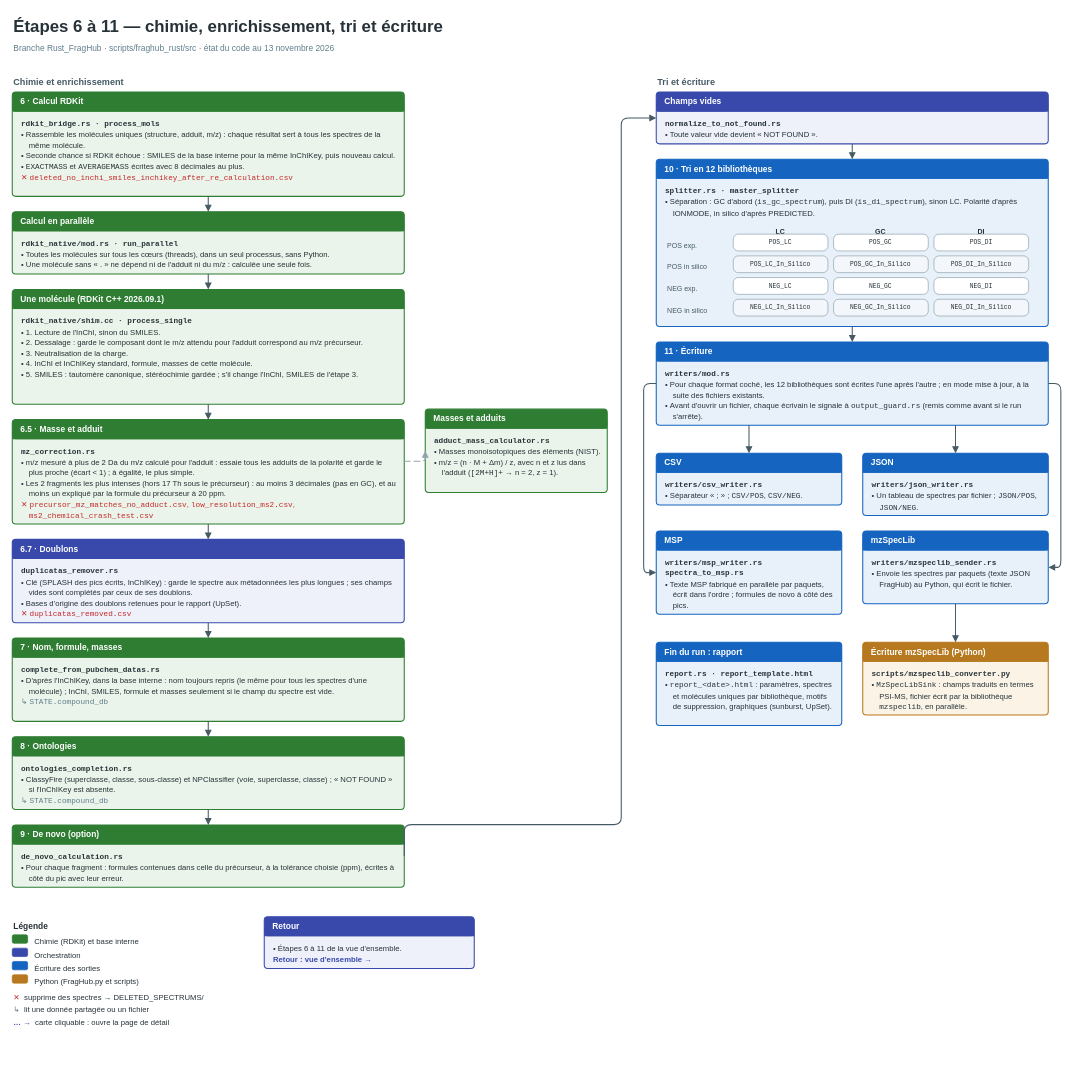
This is page "4 · Chimie et sorties" (4 of 5) of documentation/Backend_component_diagram.drawio from ADablanc/FragHub, a draw.io file, before an edit. Source tidied: cells renumbered, new cells numbered last; positions are measured from the earlier drawing's top-left corner, leaving out a move shared by most shapes. Both pictures are drawn from the tidied source at 70%, with x=0, y=0 at pixel (12, 12).
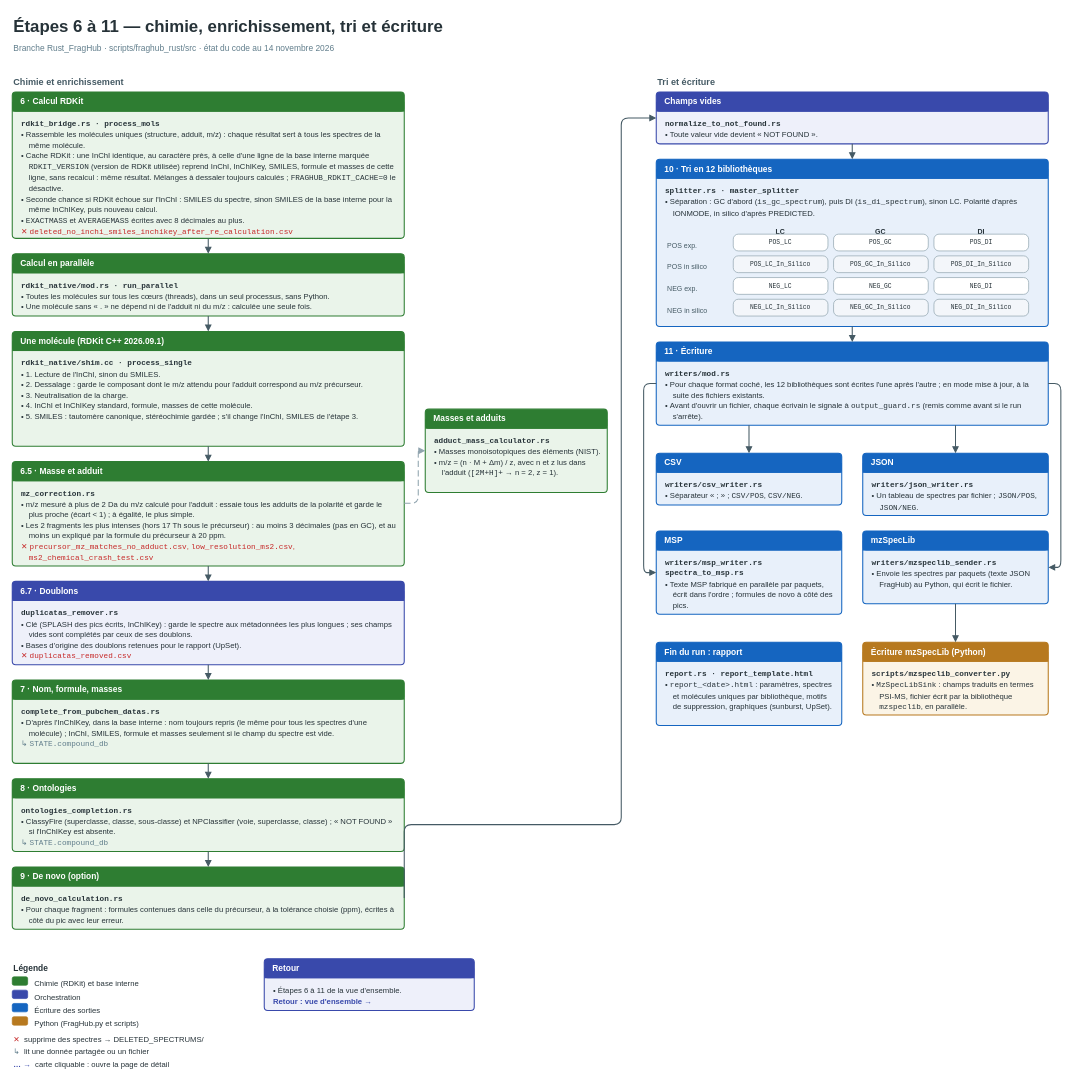
Above is the later version.

Commit message (it also covers changes not shown here):
docs: README review, licences and citations, diagram captures, RDKit cache and database update rule

Diff of the diagram source:
```diff
@@
-    <mxCell id="3" value="Branche Rust_FragHub · scripts/fraghub_rust/src · état du code au 13 novembre 2026" style="text;html=1;fillColor=none;strokeColor=none;whiteSpace=wrap;align=left;verticalAlign=top;fontSize=12;fontColor=#607D8B;fontStyle=0;fontFamily=Helvetica;" parent="1" vertex="1">
+    <mxCell id="3" value="Branche Rust_FragHub · scripts/fraghub_rust/src · état du code au 14 novembre 2026" style="text;html=1;fillColor=none;strokeColor=none;whiteSpace=wrap;align=left;verticalAlign=top;fontSize=12;fontColor=#607D8B;fontStyle=0;fontFamily=Helvetica;" parent="1" vertex="1">
       <mxGeometry y="38" width="1200" height="20" as="geometry" />
     </mxCell>
@@
     <mxCell id="5" style="rounded=1;absoluteArcSize=1;arcSize=10;html=1;fillColor=#EAF4EA;strokeColor=#2E7D32;strokeWidth=1.5;" parent="1" vertex="1">
-      <mxGeometry y="114" width="560" height="149" as="geometry" />
+      <mxGeometry y="114" width="560" height="209" as="geometry" />
     </mxCell>
@@
-    <mxCell id="8" value="&lt;div style=&quot;line-height:15px&quot;&gt;&lt;div style=&quot;font-family:Courier New,monospace;font-weight:bold;color:#263238&quot;&gt;rdkit_bridge.rs · process_mols&lt;/div&gt;&lt;div style=&quot;margin-left:11px;text-indent:-11px&quot;&gt;•&amp;nbsp;Rassemble les molécules uniques (structure, adduit, m/z) : chaque résultat sert à tous les spectres de la même molécule.&lt;/div&gt;&lt;div style=&quot;margin-left:11px;text-indent:-11px&quot;&gt;•&amp;nbsp;Seconde chance si RDKit échoue : SMILES de la base interne pour la même InChIKey, puis nouveau calcul.&lt;/div&gt;&lt;div style=&quot;margin-left:11px;text-indent:-11px&quot;&gt;•&amp;nbsp;&lt;span style=&quot;font-family:Courier New,monospace&quot;&gt;EXACTMASS&lt;/span&gt; et &lt;span style=&quot;font-family:Courier New,monospace&quot;&gt;AVERAGEMASS&lt;/span&gt; écrites avec 8 décimales au plus.&lt;/div&gt;&lt;div style=&quot;margin-left:11px;text-indent:-11px;color:#C62828&quot;&gt;✕&amp;nbsp;&lt;span style=&quot;font-family:Courier New,monospace&quot;&gt;deleted_no_inchi_smiles_inchikey_after_re_calculation.csv&lt;/span&gt;&lt;/div&gt;&lt;/div&gt;" style="text;html=1;fillColor=none;strokeColor=none;whiteSpace=wrap;align=left;verticalAlign=top;spacingLeft=11;spacingRight=8;spacingTop=4;fontSize=11;fontColor=#263238;fontFamily=Helvetica;" parent="5" vertex="1">
-      <mxGeometry y="28" width="560" height="121" as="geometry" />
+    <mxCell id="8" value="&lt;div style=&quot;line-height:15px&quot;&gt;&lt;div style=&quot;font-family:Courier New,monospace;font-weight:bold;color:#263238&quot;&gt;rdkit_bridge.rs · process_mols&lt;/div&gt;&lt;div style=&quot;margin-left:11px;text-indent:-11px&quot;&gt;•&amp;nbsp;Rassemble les molécules uniques (structure, adduit, m/z) : chaque résultat sert à tous les spectres de la même molécule.&lt;/div&gt;&lt;div style=&quot;margin-left:11px;text-indent:-11px&quot;&gt;•&amp;nbsp;Cache RDKit : une InChI identique, au caractère près, à celle d'une ligne de la base interne marquée &lt;span style=&quot;font-family:Courier New,monospace&quot;&gt;RDKIT_VERSION&lt;/span&gt; (version de RDKit utilisée) reprend InChI, InChIKey, SMILES, formule et masses de cette ligne, sans recalcul : même résultat. Mélanges à dessaler toujours calculés ; &lt;span style=&quot;font-family:Courier New,monospace&quot;&gt;FRAGHUB_RDKIT_CACHE=0&lt;/span&gt; le désactive.&lt;/div&gt;&lt;div style=&quot;margin-left:11px;text-indent:-11px&quot;&gt;•&amp;nbsp;Seconde chance si RDKit échoue sur l'InChI : SMILES du spectre, sinon SMILES de la base interne pour la même InChIKey, puis nouveau calcul.&lt;/div&gt;&lt;div style=&quot;margin-left:11px;text-indent:-11px&quot;&gt;•&amp;nbsp;&lt;span style=&quot;font-family:Courier New,monospace&quot;&gt;EXACTMASS&lt;/span&gt; et &lt;span style=&quot;font-family:Courier New,monospace&quot;&gt;AVERAGEMASS&lt;/span&gt; écrites avec 8 décimales au plus.&lt;/div&gt;&lt;div style=&quot;margin-left:11px;text-indent:-11px;color:#C62828&quot;&gt;✕&amp;nbsp;&lt;span style=&quot;font-family:Courier New,monospace&quot;&gt;deleted_no_inchi_smiles_inchikey_after_re_calculation.csv&lt;/span&gt;&lt;/div&gt;&lt;/div&gt;" style="text;html=1;fillColor=none;strokeColor=none;whiteSpace=wrap;align=left;verticalAlign=top;spacingLeft=11;spacingRight=8;spacingTop=4;fontSize=11;fontColor=#263238;fontFamily=Helvetica;" parent="5" vertex="1">
+      <mxGeometry y="28" width="560" height="181" as="geometry" />
     </mxCell>
     <mxCell id="9" style="rounded=1;absoluteArcSize=1;arcSize=10;html=1;fillColor=#EAF4EA;strokeColor=#2E7D32;strokeWidth=1.5;" parent="1" vertex="1">
-      <mxGeometry y="285" width="560" height="89" as="geometry" />
+      <mxGeometry y="345" width="560" height="89" as="geometry" />
     </mxCell>
@@
     <mxCell id="13" style="rounded=1;absoluteArcSize=1;arcSize=10;html=1;fillColor=#EAF4EA;strokeColor=#2E7D32;strokeWidth=1.5;" parent="1" vertex="1">
-      <mxGeometry y="396" width="560" height="164" as="geometry" />
+      <mxGeometry y="456" width="560" height="164" as="geometry" />
     </mxCell>
@@
     <mxCell id="17" style="rounded=1;absoluteArcSize=1;arcSize=10;html=1;fillColor=#EAF4EA;strokeColor=#2E7D32;strokeWidth=1.5;" parent="1" vertex="1">
-      <mxGeometry y="582" width="560" height="149" as="geometry" />
+      <mxGeometry y="642" width="560" height="149" as="geometry" />
     </mxCell>
@@
     <mxCell id="21" style="rounded=1;absoluteArcSize=1;arcSize=10;html=1;fillColor=#EEF0FA;strokeColor=#3949AB;strokeWidth=1.5;" parent="1" vertex="1">
-      <mxGeometry y="753" width="560" height="119" as="geometry" />
+      <mxGeometry y="813" width="560" height="119" as="geometry" />
     </mxCell>
@@
     <mxCell id="25" style="rounded=1;absoluteArcSize=1;arcSize=10;html=1;fillColor=#EAF4EA;strokeColor=#2E7D32;strokeWidth=1.5;" parent="1" vertex="1">
-      <mxGeometry y="894" width="560" height="119" as="geometry" />
+      <mxGeometry y="954" width="560" height="119" as="geometry" />
     </mxCell>
@@
     <mxCell id="29" style="rounded=1;absoluteArcSize=1;arcSize=10;html=1;fillColor=#EAF4EA;strokeColor=#2E7D32;strokeWidth=1.5;" parent="1" vertex="1">
-      <mxGeometry y="1035" width="560" height="104" as="geometry" />
+      <mxGeometry y="1095" width="560" height="104" as="geometry" />
     </mxCell>
@@
     <mxCell id="33" style="rounded=1;absoluteArcSize=1;arcSize=10;html=1;fillColor=#EAF4EA;strokeColor=#2E7D32;strokeWidth=1.5;" parent="1" vertex="1">
-      <mxGeometry y="1161" width="560" height="89" as="geometry" />
+      <mxGeometry y="1221" width="560" height="89" as="geometry" />
     </mxCell>
@@
     <mxCell id="113" value="Légende" style="text;html=1;fillColor=none;strokeColor=none;whiteSpace=wrap;align=left;verticalAlign=top;fontSize=12;fontColor=#263238;fontStyle=1;fontFamily=Helvetica;" parent="1" vertex="1">
-      <mxGeometry y="1292" width="300" height="20" as="geometry" />
+      <mxGeometry y="1352" width="300" height="20" as="geometry" />
     </mxCell>
     <mxCell id="114" style="rounded=1;arcSize=20;fillColor=#2E7D32;strokeColor=#2E7D32;html=1;" parent="1" vertex="1">
-      <mxGeometry y="1318" width="22" height="12" as="geometry" />
+      <mxGeometry y="1378" width="22" height="12" as="geometry" />
     </mxCell>
     <mxCell id="115" value="Chimie (RDKit) et base interne" style="text;html=1;fillColor=none;strokeColor=none;whiteSpace=wrap;align=left;verticalAlign=top;fontSize=11;fontColor=#263238;fontStyle=0;fontFamily=Helvetica;" parent="1" vertex="1">
-      <mxGeometry x="30" y="1315" width="270" height="16" as="geometry" />
+      <mxGeometry x="30" y="1375" width="270" height="16" as="geometry" />
     </mxCell>
     <mxCell id="116" style="rounded=1;arcSize=20;fillColor=#3949AB;strokeColor=#3949AB;html=1;" parent="1" vertex="1">
-      <mxGeometry y="1337" width="22" height="12" as="geometry" />
+      <mxGeometry y="1397" width="22" height="12" as="geometry" />
     </mxCell>
     <mxCell id="117" value="Orchestration" style="text;html=1;fillColor=none;strokeColor=none;whiteSpace=wrap;align=left;verticalAlign=top;fontSize=11;fontColor=#263238;fontStyle=0;fontFamily=Helvetica;" parent="1" vertex="1">
-      <mxGeometry x="30" y="1334" width="270" height="16" as="geometry" />
+      <mxGeometry x="30" y="1394" width="270" height="16" as="geometry" />
     </mxCell>
     <mxCell id="118" style="rounded=1;arcSize=20;fillColor=#1565C0;strokeColor=#1565C0;html=1;" parent="1" vertex="1">
-      <mxGeometry y="1356" width="22" height="12" as="geometry" />
+      <mxGeometry y="1416" width="22" height="12" as="geometry" />
     </mxCell>
     <mxCell id="119" value="Écriture des sorties" style="text;html=1;fillColor=none;strokeColor=none;whiteSpace=wrap;align=left;verticalAlign=top;fontSize=11;fontColor=#263238;fontStyle=0;fontFamily=Helvetica;" parent="1" vertex="1">
-      <mxGeometry x="30" y="1353" width="270" height="16" as="geometry" />
+      <mxGeometry x="30" y="1413" width="270" height="16" as="geometry" />
     </mxCell>
     <mxCell id="120" style="rounded=1;arcSize=20;fillColor=#B7791F;strokeColor=#B7791F;html=1;" parent="1" vertex="1">
-      <mxGeometry y="1375" width="22" height="12" as="geometry" />
+      <mxGeometry y="1435" width="22" height="12" as="geometry" />
     </mxCell>
     <mxCell id="121" value="Python (FragHub.py et scripts)" style="text;html=1;fillColor=none;strokeColor=none;whiteSpace=wrap;align=left;verticalAlign=top;fontSize=11;fontColor=#263238;fontStyle=0;fontFamily=Helvetica;" parent="1" vertex="1">
-      <mxGeometry x="30" y="1372" width="270" height="16" as="geometry" />
+      <mxGeometry x="30" y="1432" width="270" height="16" as="geometry" />
     </mxCell>
     <mxCell id="122" value="&lt;span style=&quot;color:#C62828&quot;&gt;✕&lt;/span&gt;&amp;nbsp; supprime des spectres → DELETED_SPECTRUMS/" style="text;html=1;fillColor=none;strokeColor=none;whiteSpace=wrap;align=left;verticalAlign=top;fontSize=11;fontColor=#263238;fontStyle=0;fontFamily=Helvetica;" parent="1" vertex="1">
-      <mxGeometry y="1394" width="330" height="16" as="geometry" />
+      <mxGeometry y="1454" width="330" height="16" as="geometry" />
     </mxCell>
     <mxCell id="123" value="&lt;span style=&quot;color:#607D8B&quot;&gt;↳&lt;/span&gt;&amp;nbsp; lit une donnée partagée ou un fichier" style="text;html=1;fillColor=none;strokeColor=none;whiteSpace=wrap;align=left;verticalAlign=top;fontSize=11;fontColor=#263238;fontStyle=0;fontFamily=Helvetica;" parent="1" vertex="1">
-      <mxGeometry y="1412" width="330" height="16" as="geometry" />
+      <mxGeometry y="1472" width="330" height="16" as="geometry" />
     </mxCell>
     <mxCell id="124" value="&lt;b style=&quot;color:#3949AB&quot;&gt;… →&lt;/b&gt;&amp;nbsp; carte cliquable : ouvre la page de détail" style="text;html=1;fillColor=none;strokeColor=none;whiteSpace=wrap;align=left;verticalAlign=top;fontSize=11;fontColor=#263238;fontStyle=0;fontFamily=Helvetica;" parent="1" vertex="1">
-      <mxGeometry y="1430" width="330" height="16" as="geometry" />
+      <mxGeometry y="1490" width="330" height="16" as="geometry" />
     </mxCell>
     <mxCell id="125" style="rounded=1;absoluteArcSize=1;arcSize=10;html=1;fillColor=#EEF0FA;strokeColor=#3949AB;strokeWidth=1.5;" parent="1" vertex="1">
-      <mxGeometry x="360" y="1292" width="300" height="74" as="geometry" />
+      <mxGeometry x="360" y="1352" width="300" height="74" as="geometry" />
     </mxCell>
```
